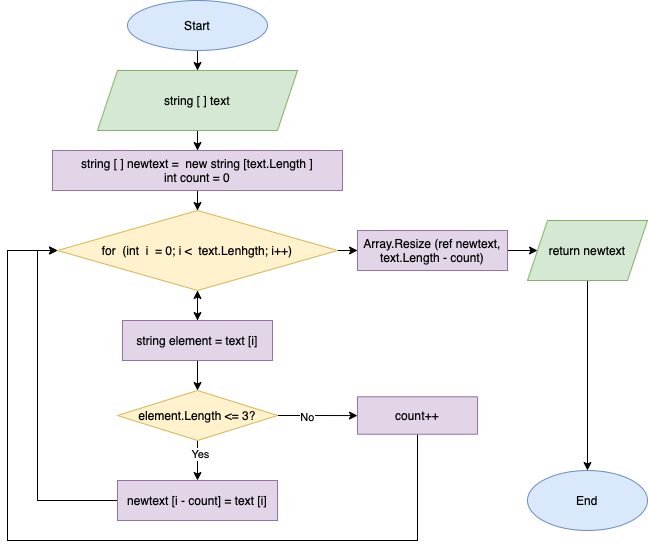
sdhomenko/finalTestWork keeps this draw.io diagram as diagram1.png. Above is the earlier version. Source tidied: cells renumbered, new cells last; positions are measured from the earlier drawing's top-left corner, leaving out a move shared by most shapes.
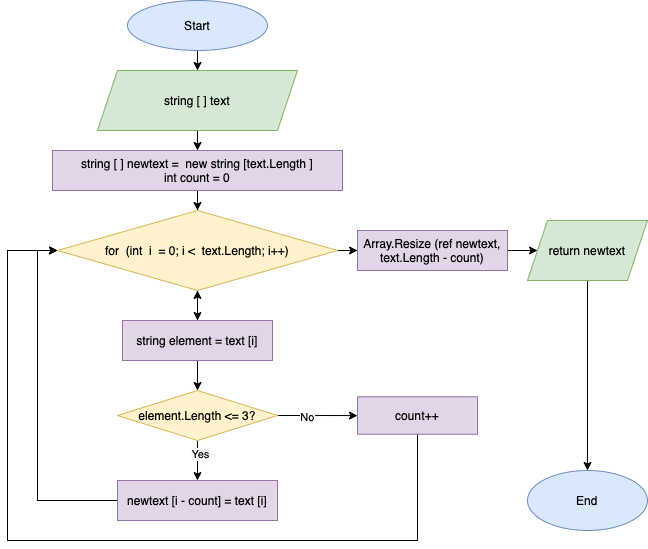
After the commit.

Commit message:
UPD diagram

What changed in the source:
```diff
@@ -26,7 +26,7 @@
     <mxCell id="9" style="edgeStyle=orthogonalEdgeStyle;rounded=0;jettySize=auto;html=1;" parent="1" edge="1" source="10" target="27">
       <mxGeometry relative="1" as="geometry" />
     </mxCell>
-    <mxCell id="10" value="for &amp;nbsp;(int &amp;nbsp;i &amp;nbsp;= 0; i &amp;lt; &amp;nbsp;text.Lenhgth; i++)" style="rhombus;whiteSpace=wrap;html=1;fillColor=#fff2cc;strokeColor=#d6b656;" parent="1" vertex="1">
+    <mxCell id="10" value="for &amp;nbsp;(int &amp;nbsp;i &amp;nbsp;= 0; i &amp;lt; &amp;nbsp;text.Length; i++)" style="rhombus;whiteSpace=wrap;html=1;fillColor=#fff2cc;strokeColor=#d6b656;" parent="1" vertex="1">
       <mxGeometry x="50" y="210" width="280" height="80" as="geometry" />
     </mxCell>
     <mxCell id="11" style="edgeStyle=orthogonalEdgeStyle;rounded=0;jettySize=auto;html=1;" parent="1" edge="1" source="13" target="18">
```
